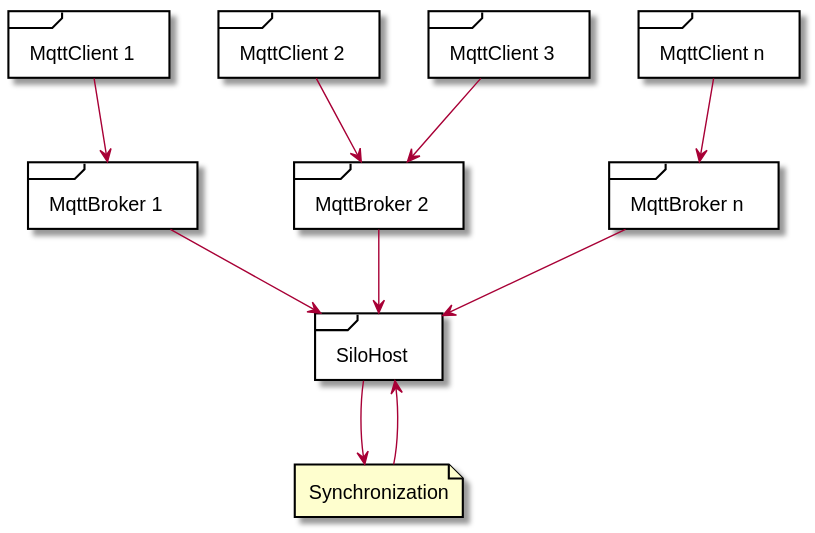
This is images/structure.svg from SeppPenner/NetCoreMQTTExampleCluster, a PlantUML export, as it was before one commit.
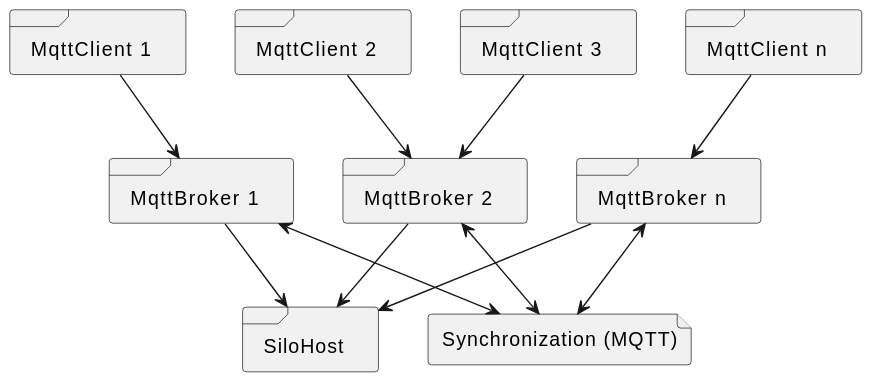
The same file after the commit.

What changed in the source:
```diff
@@ -1,8 +1,7 @@
 @startuml
-
 skinparam componentStyle uml2
 
-file "Synchronization" as Sync
+file "Synchronization (MQTT)" as Sync
 
 frame SiloHost {
 }
@@ -35,7 +34,7 @@
 MqttClient2 --> MqttBroker2
 MqttClient3 --> MqttBroker2
 MqttClientN --> MqttBrokerN
-SiloHost --> Sync
-Sync --> SiloHost
-
+MqttBroker1 <--> Sync
+MqttBroker2 <--> Sync
+MqttBrokerN <--> Sync
 @enduml
```
